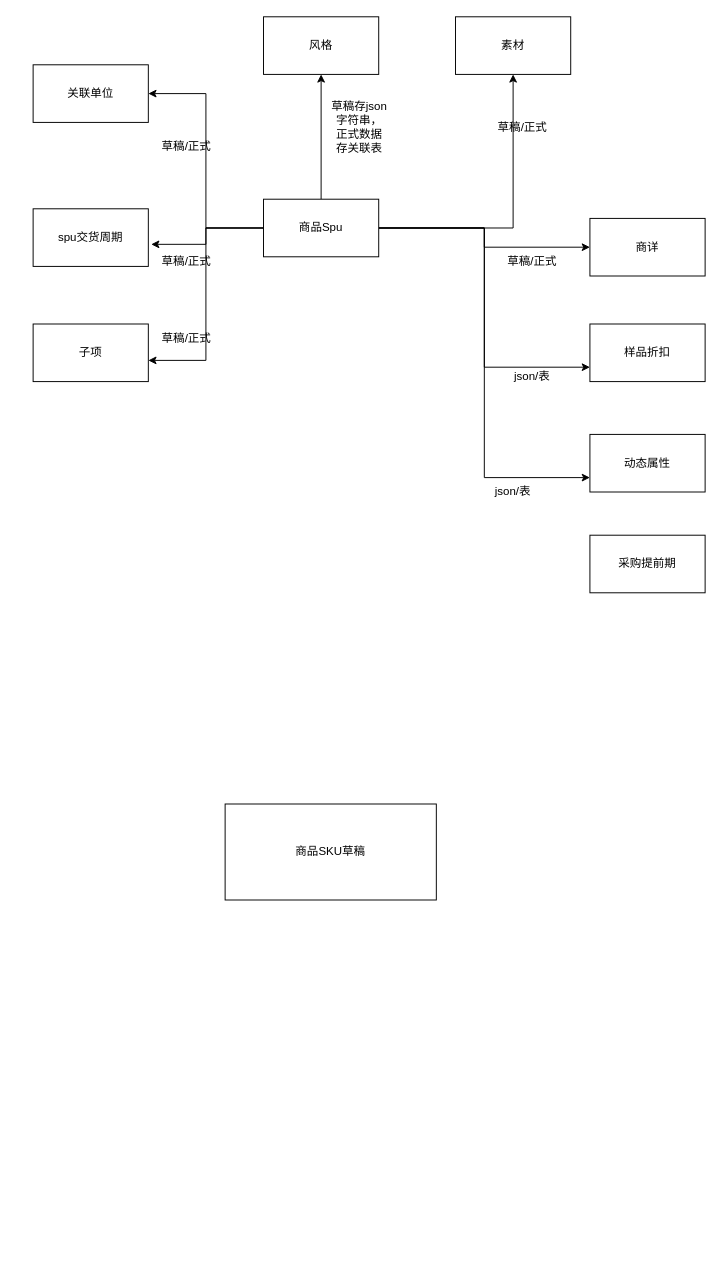
Above: 商品打包逻辑梳理草稿.drawio in 1846872430/shj_chart (draw.io), before the change. Source tidied: cells renumbered, new cells numbered last; positions are measured from the earlier drawing's top-left corner, leaving out a move shared by most shapes. Both pictures are drawn from the tidied source at 96%, with x=0, y=0 at pixel (33, 16).
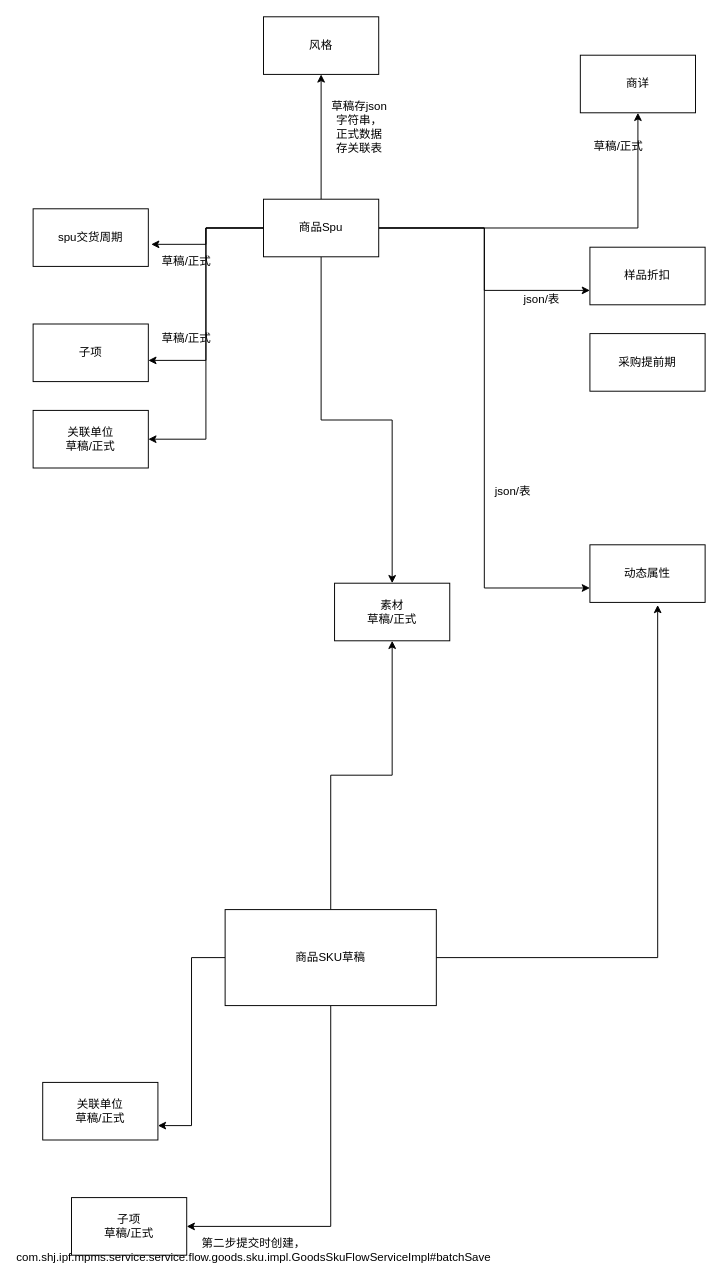
Above is the later version.

Commit message:
更新商品打包逻辑梳理草稿.drawio

Unchanged cells that the change refers to:
```xml
<mxCell id="8" value="商品Spu" style="rounded=0;whiteSpace=wrap;html=1;" parent="1" vertex="1">
  <mxGeometry x="240" y="190" width="120" height="60" as="geometry" />
</mxCell>
```

What changed in the source:
```diff
@@
-    <mxCell id="3" style="edgeStyle=orthogonalEdgeStyle;rounded=0;jettySize=auto;html=1;entryX=0.5;entryY=1;entryDx=0;entryDy=0;" parent="1" edge="1" source="8" target="11">
-      <mxGeometry relative="1" as="geometry" />
-    </mxCell>
-    <mxCell id="4" style="edgeStyle=orthogonalEdgeStyle;rounded=0;jettySize=auto;html=1;entryX=1;entryY=0.5;entryDx=0;entryDy=0;" parent="1" edge="1" source="8" target="14">
-      <mxGeometry relative="1" as="geometry" />
-    </mxCell>
@@
+    <mxCell id="3" style="edgeStyle=orthogonalEdgeStyle;rounded=0;jettySize=auto;html=1;entryX=0.5;entryY=0;entryDx=0;entryDy=0;" parent="1" edge="1" source="8" target="11">
+      <mxGeometry relative="1" as="geometry" />
+    </mxCell>
+    <mxCell id="4" style="edgeStyle=orthogonalEdgeStyle;rounded=0;jettySize=auto;html=1;entryX=1;entryY=0.5;entryDx=0;entryDy=0;" parent="1" edge="1" source="8" target="14">
+      <mxGeometry relative="1" as="geometry" />
+    </mxCell>
@@
-    <mxCell id="11" value="素材" style="rounded=0;whiteSpace=wrap;html=1;" parent="1" vertex="1">
-      <mxGeometry x="440" width="120" height="60" as="geometry" />
+    <mxCell id="11" value="素材&lt;br&gt;草稿/正式" style="rounded=0;whiteSpace=wrap;html=1;" parent="1" vertex="1">
+      <mxGeometry x="314" y="590" width="120" height="60" as="geometry" />
     </mxCell>
-    <mxCell id="12" value="草稿/正式" style="text;html=1;whiteSpace=wrap;strokeColor=none;fillColor=none;align=center;verticalAlign=middle;rounded=0;" parent="1" vertex="1">
-      <mxGeometry x="480" y="100" width="60" height="30" as="geometry" />
-    </mxCell>
     <mxCell id="13" value="商详" style="rounded=0;whiteSpace=wrap;html=1;" parent="1" vertex="1">
-      <mxGeometry x="580" y="210" width="120" height="60" as="geometry" />
+      <mxGeometry x="570" y="40" width="120" height="60" as="geometry" />
     </mxCell>
-    <mxCell id="14" value="关联单位" style="rounded=0;whiteSpace=wrap;html=1;" parent="1" vertex="1">
-      <mxGeometry y="50" width="120" height="60" as="geometry" />
+    <mxCell id="14" value="关联单位&lt;br&gt;草稿/正式" style="rounded=0;whiteSpace=wrap;html=1;" parent="1" vertex="1">
+      <mxGeometry y="410" width="120" height="60" as="geometry" />
     </mxCell>
-    <mxCell id="15" value="草稿/正式" style="text;html=1;whiteSpace=wrap;strokeColor=none;fillColor=none;align=center;verticalAlign=middle;rounded=0;" parent="1" vertex="1">
-      <mxGeometry x="130" y="120" width="60" height="30" as="geometry" />
-    </mxCell>
@@
     <mxCell id="19" value="样品折扣" style="rounded=0;whiteSpace=wrap;html=1;" parent="1" vertex="1">
-      <mxGeometry x="580" y="320" width="120" height="60" as="geometry" />
+      <mxGeometry x="580" y="240" width="120" height="60" as="geometry" />
     </mxCell>
     <mxCell id="20" value="动态属性" style="rounded=0;whiteSpace=wrap;html=1;" parent="1" vertex="1">
-      <mxGeometry x="580" y="435" width="120" height="60" as="geometry" />
+      <mxGeometry x="580" y="550" width="120" height="60" as="geometry" />
     </mxCell>
+    <mxCell id="29" style="edgeStyle=orthogonalEdgeStyle;rounded=0;jettySize=auto;html=1;entryX=1;entryY=0.5;entryDx=0;entryDy=0;" parent="1" edge="1" source="21" target="32">
+      <mxGeometry relative="1" as="geometry">
+        <Array as="points">
+          <mxPoint x="310" y="1260" />
+        </Array>
+      </mxGeometry>
+    </mxCell>
+    <mxCell id="30" style="edgeStyle=orthogonalEdgeStyle;rounded=0;jettySize=auto;html=1;entryX=0.5;entryY=1;entryDx=0;entryDy=0;" parent="1" edge="1" source="21" target="11">
+      <mxGeometry relative="1" as="geometry" />
+    </mxCell>
+    <mxCell id="31" style="edgeStyle=orthogonalEdgeStyle;rounded=0;jettySize=auto;html=1;entryX=1;entryY=0.75;entryDx=0;entryDy=0;" parent="1" edge="1" source="21" target="35">
+      <mxGeometry relative="1" as="geometry" />
+    </mxCell>
     <mxCell id="21" value="商品SKU草稿" style="rounded=0;whiteSpace=wrap;html=1;" parent="1" vertex="1">
-      <mxGeometry x="200" y="820" width="220" height="100" as="geometry" />
+      <mxGeometry x="200" y="930" width="220" height="100" as="geometry" />
     </mxCell>
     <mxCell id="22" value="采购提前期" style="rounded=0;whiteSpace=wrap;html=1;" parent="1" vertex="1">
-      <mxGeometry x="580" y="540" width="120" height="60" as="geometry" />
+      <mxGeometry x="580" y="330" width="120" height="60" as="geometry" />
     </mxCell>
     <mxCell id="23" value="草稿/正式" style="text;html=1;whiteSpace=wrap;strokeColor=none;fillColor=none;align=center;verticalAlign=middle;rounded=0;" parent="1" vertex="1">
-      <mxGeometry x="490" y="240" width="60" height="30" as="geometry" />
+      <mxGeometry x="580" y="120" width="60" height="30" as="geometry" />
     </mxCell>
     <mxCell id="24" value="json/表" style="text;html=1;whiteSpace=wrap;strokeColor=none;fillColor=none;align=center;verticalAlign=middle;rounded=0;" parent="1" vertex="1">
-      <mxGeometry x="490" y="360" width="60" height="30" as="geometry" />
+      <mxGeometry x="500" y="280" width="60" height="30" as="geometry" />
     </mxCell>
@@
+    <mxCell id="32" value="子项&lt;br&gt;草稿/正式" style="rounded=0;whiteSpace=wrap;html=1;" parent="1" vertex="1">
+      <mxGeometry x="40" y="1230" width="120" height="60" as="geometry" />
+    </mxCell>
+    <mxCell id="33" style="edgeStyle=orthogonalEdgeStyle;rounded=0;jettySize=auto;html=1;entryX=0.588;entryY=1.045;entryDx=0;entryDy=0;entryPerimeter=0;" parent="1" edge="1" source="21" target="20">
+      <mxGeometry relative="1" as="geometry" />
+    </mxCell>
+    <mxCell id="34" value="第二步提交时创建，com.shj.ipf.mpms.service.service.flow.goods.sku.impl.GoodsSkuFlowServiceImpl#batchSave" style="text;html=1;whiteSpace=wrap;strokeColor=none;fillColor=none;align=center;verticalAlign=middle;rounded=0;" parent="1" vertex="1">
+      <mxGeometry x="200" y="1270" width="60" height="30" as="geometry" />
+    </mxCell>
+    <mxCell id="35" value="关联单位&lt;br&gt;草稿/正式" style="rounded=0;whiteSpace=wrap;html=1;" parent="1" vertex="1">
+      <mxGeometry x="10" y="1110" width="120" height="60" as="geometry" />
+    </mxCell>
```
